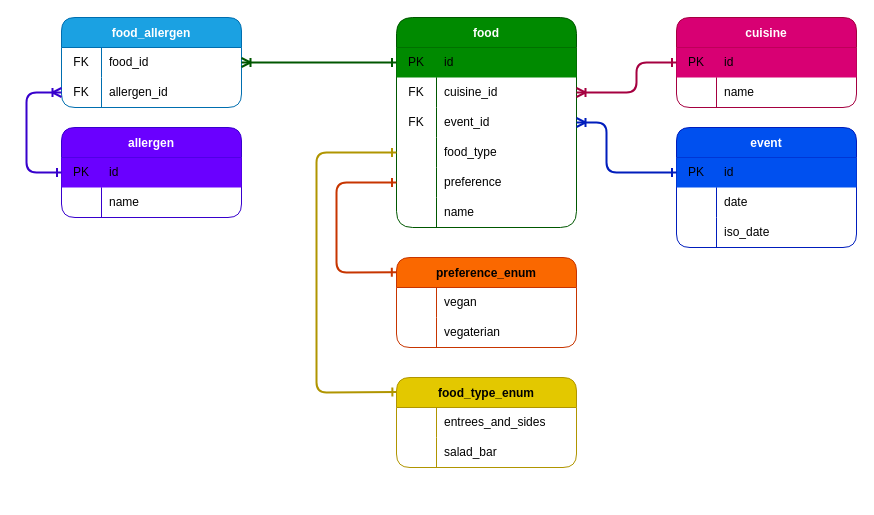
Before: storage/schema.drawio in Failure-Enthusiasts/dogdish, a draw.io diagram. Source tidied: cells renumbered, new cells numbered last; positions are measured from the earlier drawing's top-left corner, leaving out a move shared by most shapes. Both pictures are drawn from the tidied source at 100%, with x=0, y=0 at pixel (26, 17).
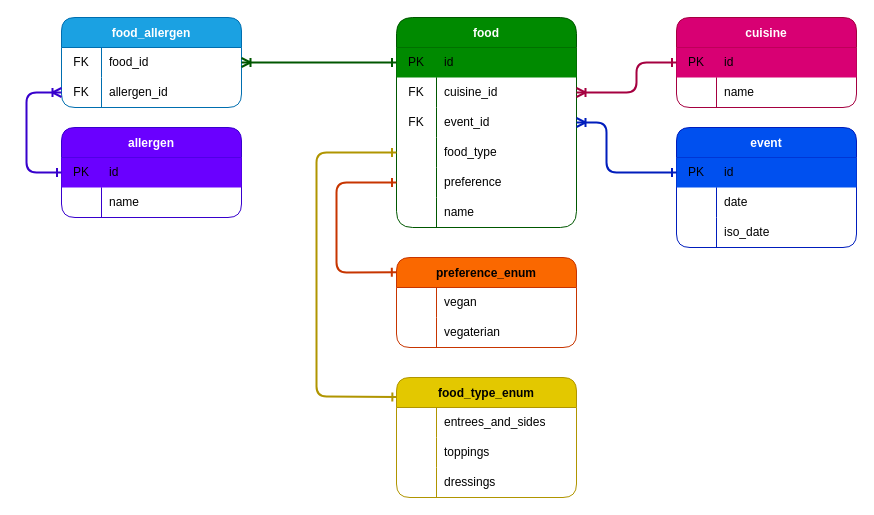
The same diagram, later.

Commit message (it also covers changes not shown here):
Updated database schema and fixed code to add food

Unchanged cells that the change refers to:
```xml
<mxCell id="29" style="shape=tableRow;horizontal=0;startSize=0;swimlaneHead=0;swimlaneBody=0;top=0;left=0;bottom=0;right=0;fillColor=none;points=[[0,0.5],[1,0.5]];portConstraint=eastwest;rounded=1;" parent="19" vertex="1">
  <mxGeometry y="120" width="180" height="30" as="geometry" />
</mxCell>
```

Change to the diagram source:
```diff
@@
     <mxCell id="56" value="food_type_enum" style="shape=table;startSize=30;childLayout=tableLayout;rowLines=0;fontStyle=1;rounded=1;fillColor=#e3c800;fontColor=#000000;strokeColor=#B09500;" parent="1" vertex="1">
-      <mxGeometry x="370" y="360" width="180" height="90" as="geometry" />
+      <mxGeometry x="370" y="360" width="180" height="120" as="geometry" />
     </mxCell>
@@
+    <mxCell id="72" style="shape=tableRow;horizontal=0;startSize=0;swimlaneHead=0;swimlaneBody=0;top=0;left=0;bottom=0;right=0;fillColor=none;rounded=1;" parent="56" vertex="1">
+      <mxGeometry y="60" width="180" height="30" as="geometry" />
+    </mxCell>
+    <mxCell id="73" style="shape=partialRectangle;html=1;whiteSpace=wrap;fillColor=none;top=0;left=0;bottom=0;right=0;overflow=hidden;rounded=1;" parent="72" vertex="1">
+      <mxGeometry width="40" height="30" as="geometry" />
+    </mxCell>
+    <mxCell id="74" value="toppings" style="shape=partialRectangle;html=1;whiteSpace=wrap;fillColor=none;top=0;left=0;bottom=0;right=0;align=left;spacingLeft=6;overflow=hidden;rounded=1;" parent="72" vertex="1">
+      <mxGeometry x="40" width="140" height="30" as="geometry" />
+    </mxCell>
     <mxCell id="60" style="shape=tableRow;horizontal=0;startSize=0;swimlaneHead=0;swimlaneBody=0;top=0;left=0;bottom=0;right=0;fillColor=none;rounded=1;" parent="56" vertex="1">
-      <mxGeometry y="60" width="180" height="30" as="geometry" />
+      <mxGeometry y="90" width="180" height="30" as="geometry" />
     </mxCell>
@@
-    <mxCell id="62" value="salad_bar" style="shape=partialRectangle;html=1;whiteSpace=wrap;fillColor=none;top=0;left=0;bottom=0;right=0;align=left;spacingLeft=6;overflow=hidden;rounded=1;" parent="60" vertex="1">
+    <mxCell id="62" value="dressings" style="shape=partialRectangle;html=1;whiteSpace=wrap;fillColor=none;top=0;left=0;bottom=0;right=0;align=left;spacingLeft=6;overflow=hidden;rounded=1;" parent="60" vertex="1">
       <mxGeometry x="40" width="140" height="30" as="geometry" />
     </mxCell>
     <mxCell id="63" style="edgeStyle=none;html=1;exitX=0.002;exitY=0.162;exitDx=0;exitDy=0;entryX=0;entryY=0.5;entryDx=0;entryDy=0;strokeWidth=2;endArrow=ERone;endFill=0;startArrow=ERone;startFill=0;fillColor=#e3c800;strokeColor=#B09500;exitPerimeter=0;" parent="1" edge="1" source="56" target="29">
       <mxGeometry relative="1" as="geometry">
         <Array as="points">
-          <mxPoint x="290" y="375" />
+          <mxPoint x="290" y="379" />
           <mxPoint x="290" y="135" />
         </Array>
       </mxGeometry>
     </mxCell>
```
